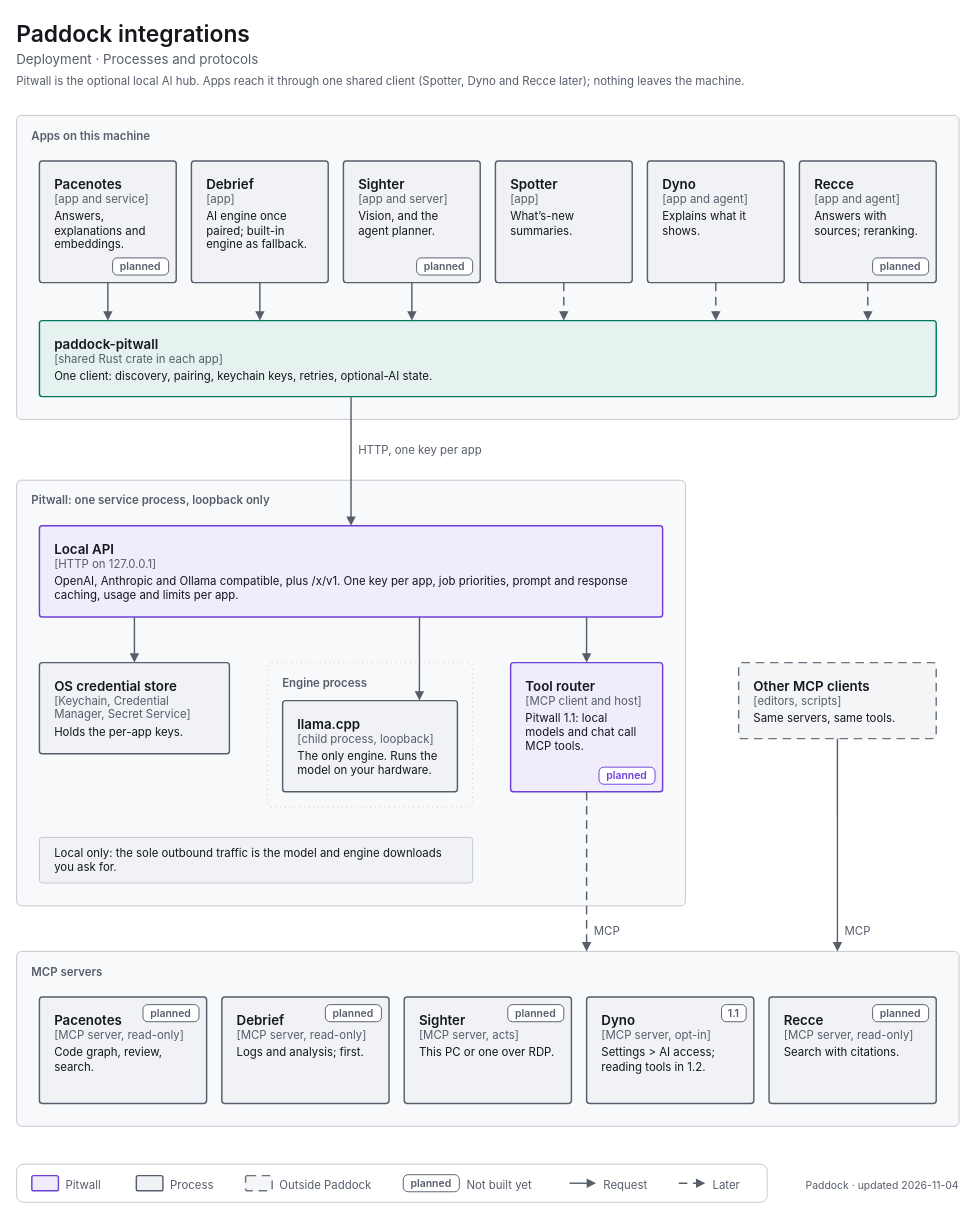
Above: docs/images/src/drawio/paddock-integrations.drawio in decryp7/paddock (draw.io), before the change. Source tidied: cells renumbered, new cells numbered last; positions are measured from the earlier drawing's top-left corner, leaving out a move shared by most shapes. Both pictures are drawn from the tidied source at 95%, with x=0, y=0 at pixel (16, 16).
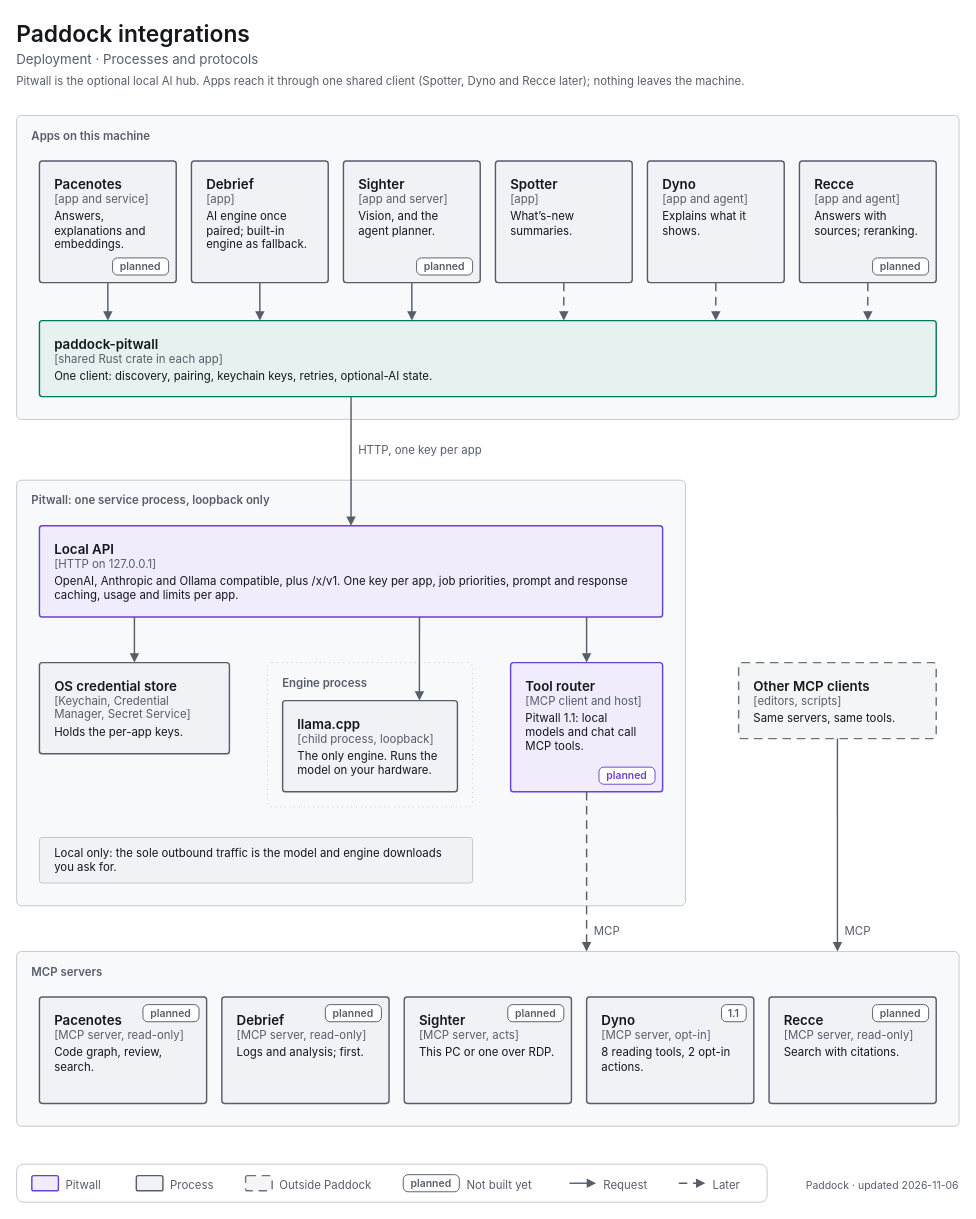
The same page after the edit.

Diff of the diagram source:
```diff
@@
-    <mxCell id="42" value="&lt;span style=&quot;font-size:14px;font-weight:600&quot;&gt;Dyno&lt;/span&gt;&lt;br&gt;&lt;span style=&quot;font-size:12px;color:light-dark(#565E6B,#A0A7B2)&quot;&gt;[MCP server, opt-in]&lt;/span&gt;&lt;br&gt;&lt;div style=&quot;margin-top:4px;font-size:12px&quot;&gt;Settings &amp;gt; AI access; reading tools in 1.2.&lt;/div&gt;" style="html=1;whiteSpace=wrap;fontFamily=-apple-system,BlinkMacSystemFont,Segoe UI,system-ui,sans-serif;fontSize=12;fontColor=light-dark(#14171C,#ECEEF1);rounded=1;absoluteArcSize=1;arcSize=6;strokeWidth=1.5;strokeColor=light-dark(#565E6B,#A0A7B2);fillColor=light-dark(#F0F2F5,#1B1E23);align=left;verticalAlign=top;spacingLeft=14;spacingRight=14;spacingTop=10;spacingBottom=8;" parent="1" vertex="1">
+    <mxCell id="42" value="&lt;span style=&quot;font-size:14px;font-weight:600&quot;&gt;Dyno&lt;/span&gt;&lt;br&gt;&lt;span style=&quot;font-size:12px;color:light-dark(#565E6B,#A0A7B2)&quot;&gt;[MCP server, opt-in]&lt;/span&gt;&lt;br&gt;&lt;div style=&quot;margin-top:4px;font-size:12px&quot;&gt;8 reading tools, 2 opt-in actions.&lt;/div&gt;" style="html=1;whiteSpace=wrap;fontFamily=-apple-system,BlinkMacSystemFont,Segoe UI,system-ui,sans-serif;fontSize=12;fontColor=light-dark(#14171C,#ECEEF1);rounded=1;absoluteArcSize=1;arcSize=6;strokeWidth=1.5;strokeColor=light-dark(#565E6B,#A0A7B2);fillColor=light-dark(#F0F2F5,#1B1E23);align=left;verticalAlign=top;spacingLeft=14;spacingRight=14;spacingTop=10;spacingBottom=8;" parent="1" vertex="1">
       <mxGeometry x="600" y="1032" width="176" height="112" as="geometry" />
     </mxCell>
@@
-    <mxCell id="64" value="&lt;span style=&quot;font-size:11px;font-weight:400&quot;&gt;Paddock · updated 2026-11-04&lt;/span&gt;" style="html=1;whiteSpace=wrap;fontFamily=-apple-system,BlinkMacSystemFont,Segoe UI,system-ui,sans-serif;fontSize=12;fontColor=light-dark(#14171C,#ECEEF1);text;strokeColor=none;fillColor=none;align=right;verticalAlign=top;spacing=0;fontColor=light-dark(#565E6B,#A0A7B2);" parent="1" vertex="1">
+    <mxCell id="64" value="&lt;span style=&quot;font-size:11px;font-weight:400&quot;&gt;Paddock · updated 2026-11-06&lt;/span&gt;" style="html=1;whiteSpace=wrap;fontFamily=-apple-system,BlinkMacSystemFont,Segoe UI,system-ui,sans-serif;fontSize=12;fontColor=light-dark(#14171C,#ECEEF1);text;strokeColor=none;fillColor=none;align=right;verticalAlign=top;spacing=0;fontColor=light-dark(#565E6B,#A0A7B2);" parent="1" vertex="1">
       <mxGeometry x="632" y="1219" width="360" height="18" as="geometry" />
     </mxCell>
```
